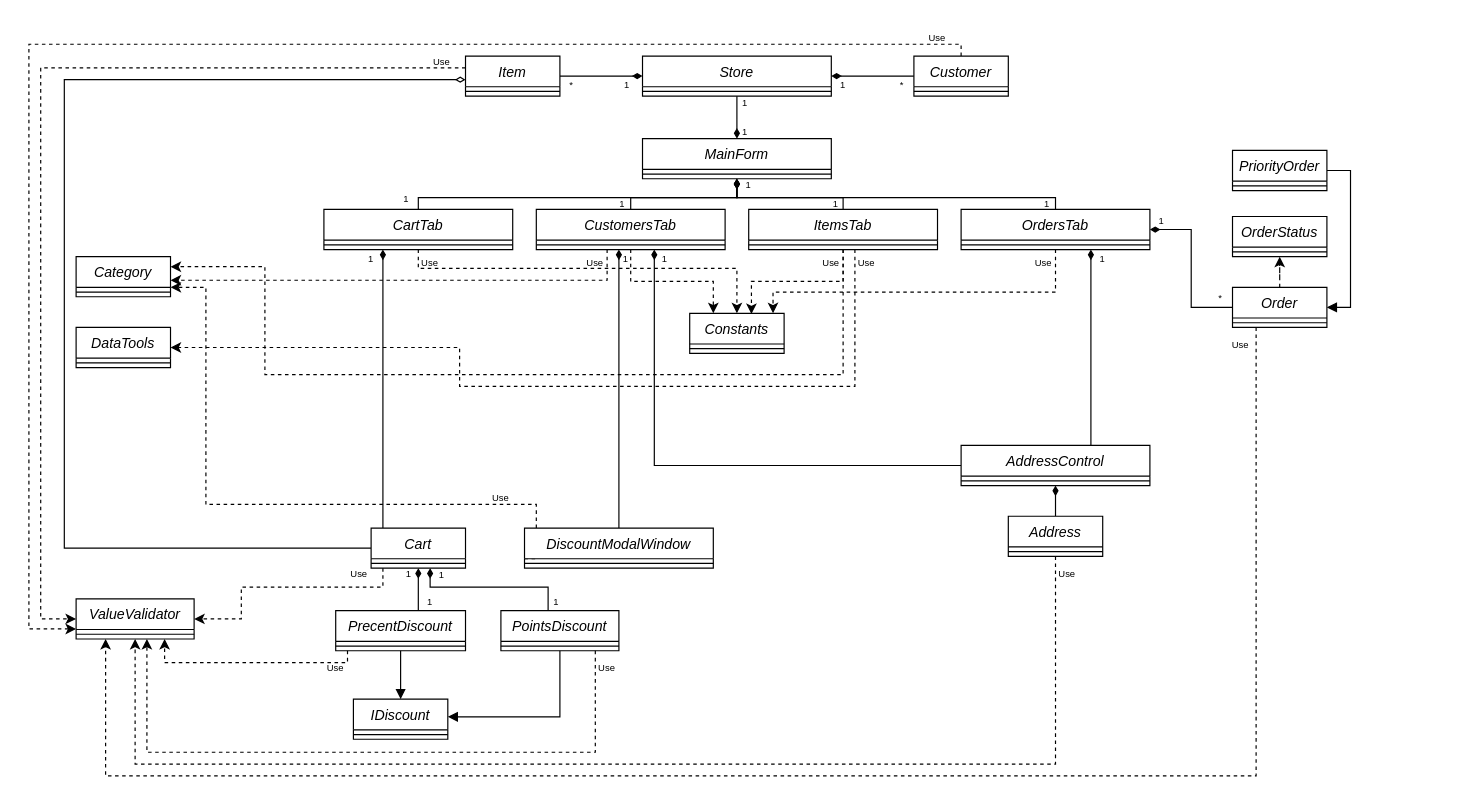
This is oop-winform/Diagram2.drawio from antoniocra04/oop-winform, a draw.io file, before an edit. Source tidied: cells renumbered, new cells numbered last; positions are measured from the earlier drawing's top-left corner, leaving out a move shared by most shapes. Both pictures are drawn from the tidied source at 118%, with x=0, y=0 at pixel (28, 20).
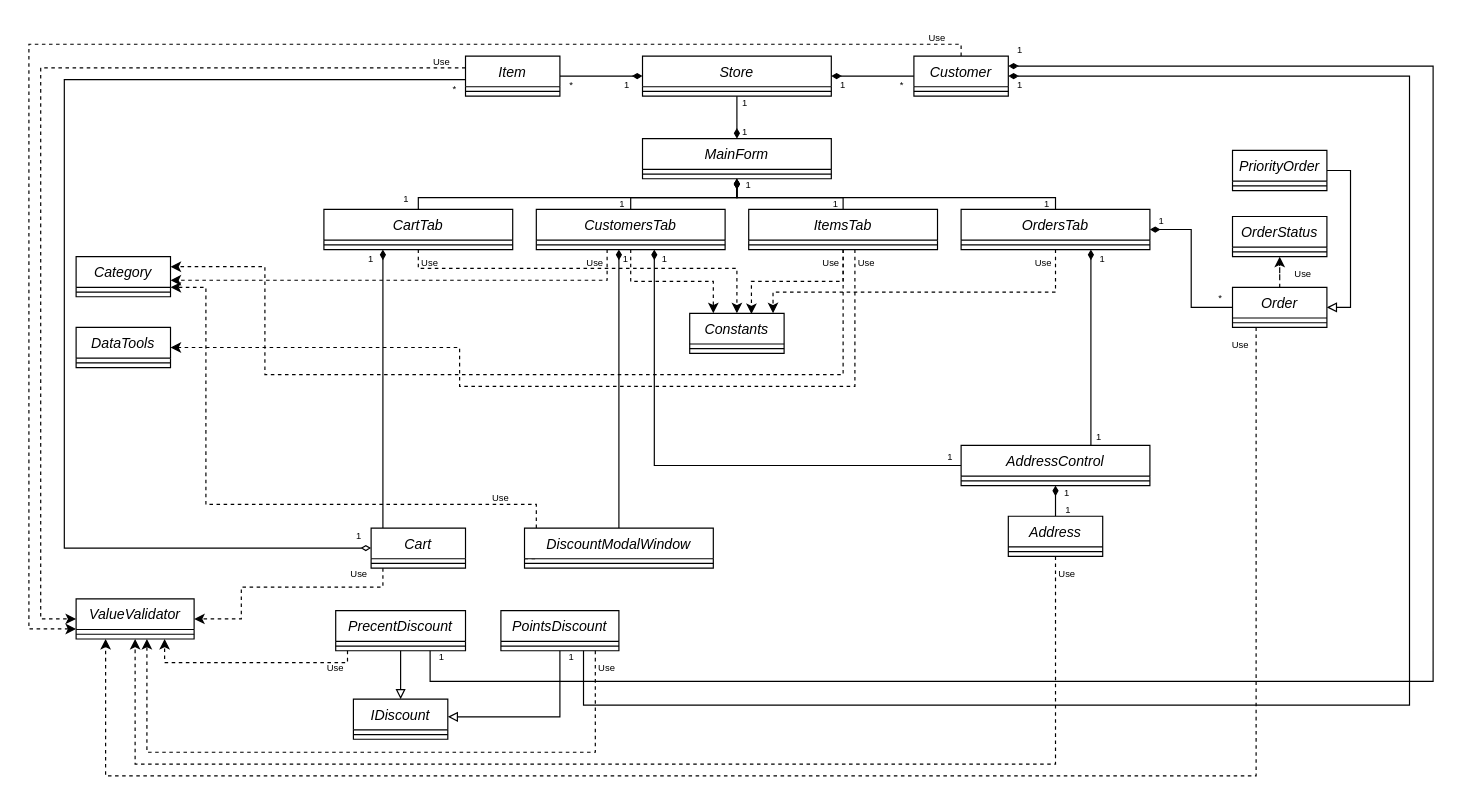
After the change.

Commit message (it also covers changes not shown here):
fix(sln, diagram): исправил замечания

Unchanged cells that the change refers to:
```xml
<mxCell id="32" value="Order" style="swimlane;fontStyle=2;align=center;verticalAlign=top;horizontal=1;startSize=26;rounded=0;shadow=0;strokeWidth=1;" parent="1" vertex="1">
  <mxGeometry x="1020" y="226" width="80" height="34" as="geometry" />
</mxCell>
<mxCell id="37" value="PriorityOrder" style="swimlane;fontStyle=2;align=center;verticalAlign=top;horizontal=1;startSize=26;rounded=0;shadow=0;strokeWidth=1;" parent="1" vertex="1">
  <mxGeometry x="1020" y="110" width="80" height="34" as="geometry" />
</mxCell>
<mxCell id="56" value="Item" style="swimlane;fontStyle=2;align=center;verticalAlign=top;horizontal=1;startSize=26;rounded=0;shadow=0;strokeWidth=1;" parent="1" vertex="1">
  <mxGeometry x="370" y="30" width="80" height="34" as="geometry" />
</mxCell>
<mxCell id="60" value="Customer" style="swimlane;fontStyle=2;align=center;verticalAlign=top;horizontal=1;startSize=26;rounded=0;shadow=0;strokeWidth=1;" parent="1" vertex="1">
  <mxGeometry x="750" y="30" width="80" height="34" as="geometry" />
</mxCell>
<mxCell id="65" value="Cart" style="swimlane;fontStyle=2;align=center;verticalAlign=top;horizontal=1;startSize=26;rounded=0;shadow=0;strokeWidth=1;" parent="1" vertex="1">
  <mxGeometry x="290" y="430" width="80" height="34" as="geometry" />
</mxCell>
<mxCell id="70" value="PrecentDiscount" style="swimlane;fontStyle=2;align=center;verticalAlign=top;horizontal=1;startSize=26;rounded=0;shadow=0;strokeWidth=1;" parent="1" vertex="1">
  <mxGeometry x="260" y="500" width="110" height="34" as="geometry" />
</mxCell>
<mxCell id="75" value="PointsDiscount" style="swimlane;fontStyle=2;align=center;verticalAlign=top;horizontal=1;startSize=26;rounded=0;shadow=0;strokeWidth=1;" parent="1" vertex="1">
  <mxGeometry x="400" y="500" width="100" height="34" as="geometry" />
</mxCell>
<mxCell id="77" value="IDiscount" style="swimlane;fontStyle=2;align=center;verticalAlign=top;horizontal=1;startSize=26;rounded=0;shadow=0;strokeWidth=1;" parent="1" vertex="1">
  <mxGeometry x="275" y="575" width="80" height="34" as="geometry" />
</mxCell>
```

What changed in the source:
```diff
@@
-    <mxCell id="36" style="edgeStyle=orthogonalEdgeStyle;rounded=0;jettySize=auto;html=1;entryX=1;entryY=0.5;entryDx=0;entryDy=0;endArrow=block;endFill=1;" parent="1" edge="1" source="37" target="32">
+    <mxCell id="36" style="edgeStyle=orthogonalEdgeStyle;rounded=0;jettySize=auto;html=1;entryX=1;entryY=0.5;entryDx=0;entryDy=0;endArrow=block;endFill=0;" parent="1" edge="1" source="37" target="32">
       <mxGeometry relative="1" as="geometry">
         <Array as="points">
           <mxPoint x="1120" y="127" />
           <mxPoint x="1120" y="243" />
         </Array>
       </mxGeometry>
     </mxCell>
@@
+    <mxCell id="115" style="edgeStyle=orthogonalEdgeStyle;rounded=0;jettySize=auto;html=1;entryX=0;entryY=0.5;entryDx=0;entryDy=0;endArrow=diamondThin;endFill=0;" parent="1" edge="1" source="56" target="65">
+      <mxGeometry relative="1" as="geometry">
+        <Array as="points">
+          <mxPoint x="30" y="50" />
+          <mxPoint x="30" y="447" />
+        </Array>
+      </mxGeometry>
+    </mxCell>
@@
-    <mxCell id="63" style="edgeStyle=orthogonalEdgeStyle;rounded=0;jettySize=auto;html=1;endArrow=diamondThin;endFill=0;" parent="1" edge="1" source="65" target="56">
-      <mxGeometry relative="1" as="geometry">
-        <Array as="points">
-          <mxPoint x="30" y="447" />
-          <mxPoint x="30" y="50" />
-        </Array>
-      </mxGeometry>
-    </mxCell>
@@
-    <mxCell id="67" style="edgeStyle=orthogonalEdgeStyle;rounded=0;jettySize=auto;html=1;endArrow=diamondThin;endFill=1;" parent="1" edge="1" source="70" target="65">
-      <mxGeometry relative="1" as="geometry">
-        <Array as="points">
-          <mxPoint x="330" y="490" />
-          <mxPoint x="330" y="490" />
-        </Array>
-      </mxGeometry>
-    </mxCell>
-    <mxCell id="68" style="edgeStyle=orthogonalEdgeStyle;rounded=0;jettySize=auto;html=1;endArrow=block;endFill=1;" parent="1" edge="1" source="70" target="77">
+    <mxCell id="68" style="edgeStyle=orthogonalEdgeStyle;rounded=0;jettySize=auto;html=1;endArrow=block;endFill=0;" parent="1" edge="1" source="70" target="77">
       <mxGeometry relative="1" as="geometry" />
     </mxCell>
@@
+    <mxCell id="116" style="edgeStyle=orthogonalEdgeStyle;rounded=0;jettySize=auto;html=1;entryX=1;entryY=0.25;entryDx=0;entryDy=0;endArrow=diamondThin;endFill=1;" parent="1" edge="1" source="70" target="60">
+      <mxGeometry relative="1" as="geometry">
+        <Array as="points">
+          <mxPoint x="340" y="560" />
+          <mxPoint x="1190" y="560" />
+          <mxPoint x="1190" y="39" />
+        </Array>
+      </mxGeometry>
+    </mxCell>
@@
-    <mxCell id="72" style="edgeStyle=orthogonalEdgeStyle;rounded=0;jettySize=auto;html=1;endArrow=diamondThin;endFill=1;" parent="1" edge="1" source="75" target="65">
-      <mxGeometry relative="1" as="geometry">
-        <Array as="points">
-          <mxPoint x="440" y="480" />
-          <mxPoint x="340" y="480" />
-        </Array>
-      </mxGeometry>
-    </mxCell>
-    <mxCell id="73" style="edgeStyle=orthogonalEdgeStyle;rounded=0;jettySize=auto;html=1;endArrow=block;endFill=1;" parent="1" edge="1" source="75" target="77">
+    <mxCell id="73" style="edgeStyle=orthogonalEdgeStyle;rounded=0;jettySize=auto;html=1;endArrow=block;endFill=0;" parent="1" edge="1" source="75" target="77">
       <mxGeometry relative="1" as="geometry">
         <Array as="points">
           <mxPoint x="450" y="590" />
         </Array>
       </mxGeometry>
     </mxCell>
@@
+    <mxCell id="117" style="edgeStyle=orthogonalEdgeStyle;rounded=0;jettySize=auto;html=1;entryX=1;entryY=0.5;entryDx=0;entryDy=0;endArrow=diamondThin;endFill=1;" parent="1" edge="1" source="75" target="60">
+      <mxGeometry relative="1" as="geometry">
+        <Array as="points">
+          <mxPoint x="470" y="580" />
+          <mxPoint x="1170" y="580" />
+          <mxPoint x="1170" y="47" />
+        </Array>
+      </mxGeometry>
+    </mxCell>
@@
-    <mxCell id="106" value="1" style="text;html=1;align=center;verticalAlign=middle;whiteSpace=wrap;rounded=0;fontSize=8;" parent="1" vertex="1">
-      <mxGeometry x="292" y="454" width="60" height="30" as="geometry" />
-    </mxCell>
-    <mxCell id="107" value="1" style="text;html=1;align=center;verticalAlign=middle;whiteSpace=wrap;rounded=0;fontSize=8;" parent="1" vertex="1">
-      <mxGeometry x="320" y="455" width="60" height="30" as="geometry" />
-    </mxCell>
-    <mxCell id="108" value="1" style="text;html=1;align=center;verticalAlign=middle;whiteSpace=wrap;rounded=0;fontSize=8;" parent="1" vertex="1">
-      <mxGeometry x="417" y="478" width="60" height="30" as="geometry" />
-    </mxCell>
-    <mxCell id="109" value="1" style="text;html=1;align=center;verticalAlign=middle;whiteSpace=wrap;rounded=0;fontSize=8;" parent="1" vertex="1">
-      <mxGeometry x="310" y="478" width="60" height="30" as="geometry" />
-    </mxCell>
@@
+    <mxCell id="118" value="1" style="text;html=1;align=center;verticalAlign=middle;whiteSpace=wrap;rounded=0;fontSize=8;" parent="1" vertex="1">
+      <mxGeometry x="850" y="385" width="60" height="30" as="geometry" />
+    </mxCell>
+    <mxCell id="119" value="1" style="text;html=1;align=center;verticalAlign=middle;whiteSpace=wrap;rounded=0;fontSize=8;" parent="1" vertex="1">
+      <mxGeometry x="851" y="400" width="60" height="30" as="geometry" />
+    </mxCell>
+    <mxCell id="120" value="1" style="text;html=1;align=center;verticalAlign=middle;whiteSpace=wrap;rounded=0;fontSize=8;" parent="1" vertex="1">
+      <mxGeometry x="810" y="40" width="60" height="30" as="geometry" />
+    </mxCell>
+    <mxCell id="121" value="1" style="text;html=1;align=center;verticalAlign=middle;whiteSpace=wrap;rounded=0;fontSize=8;" parent="1" vertex="1">
+      <mxGeometry x="810" y="10" width="60" height="30" as="geometry" />
+    </mxCell>
+    <mxCell id="122" value="1" style="text;html=1;align=center;verticalAlign=middle;whiteSpace=wrap;rounded=0;fontSize=8;" parent="1" vertex="1">
+      <mxGeometry x="320" y="524" width="60" height="30" as="geometry" />
+    </mxCell>
+    <mxCell id="123" value="1" style="text;html=1;align=center;verticalAlign=middle;whiteSpace=wrap;rounded=0;fontSize=8;" parent="1" vertex="1">
+      <mxGeometry x="430" y="524" width="60" height="30" as="geometry" />
+    </mxCell>
+    <mxCell id="124" value="Use" style="text;html=1;align=center;verticalAlign=middle;whiteSpace=wrap;rounded=0;fontSize=8;" parent="1" vertex="1">
+      <mxGeometry x="1050" y="200" width="60" height="30" as="geometry" />
+    </mxCell>
+    <mxCell id="125" value="1" style="text;html=1;align=center;verticalAlign=middle;whiteSpace=wrap;rounded=0;fontSize=8;" parent="1" vertex="1">
+      <mxGeometry x="250" y="422" width="60" height="30" as="geometry" />
+    </mxCell>
+    <mxCell id="126" value="*" style="text;html=1;align=center;verticalAlign=middle;whiteSpace=wrap;rounded=0;fontSize=8;" parent="1" vertex="1">
+      <mxGeometry x="331" y="43" width="60" height="30" as="geometry" />
+    </mxCell>
+    <mxCell id="127" value="1" style="text;html=1;align=center;verticalAlign=middle;whiteSpace=wrap;rounded=0;fontSize=8;" parent="1" vertex="1">
+      <mxGeometry x="877" y="338" width="60" height="30" as="geometry" />
+    </mxCell>
+    <mxCell id="128" value="1" style="text;html=1;align=center;verticalAlign=middle;whiteSpace=wrap;rounded=0;fontSize=8;" parent="1" vertex="1">
+      <mxGeometry x="751" y="355" width="60" height="30" as="geometry" />
+    </mxCell>
```
